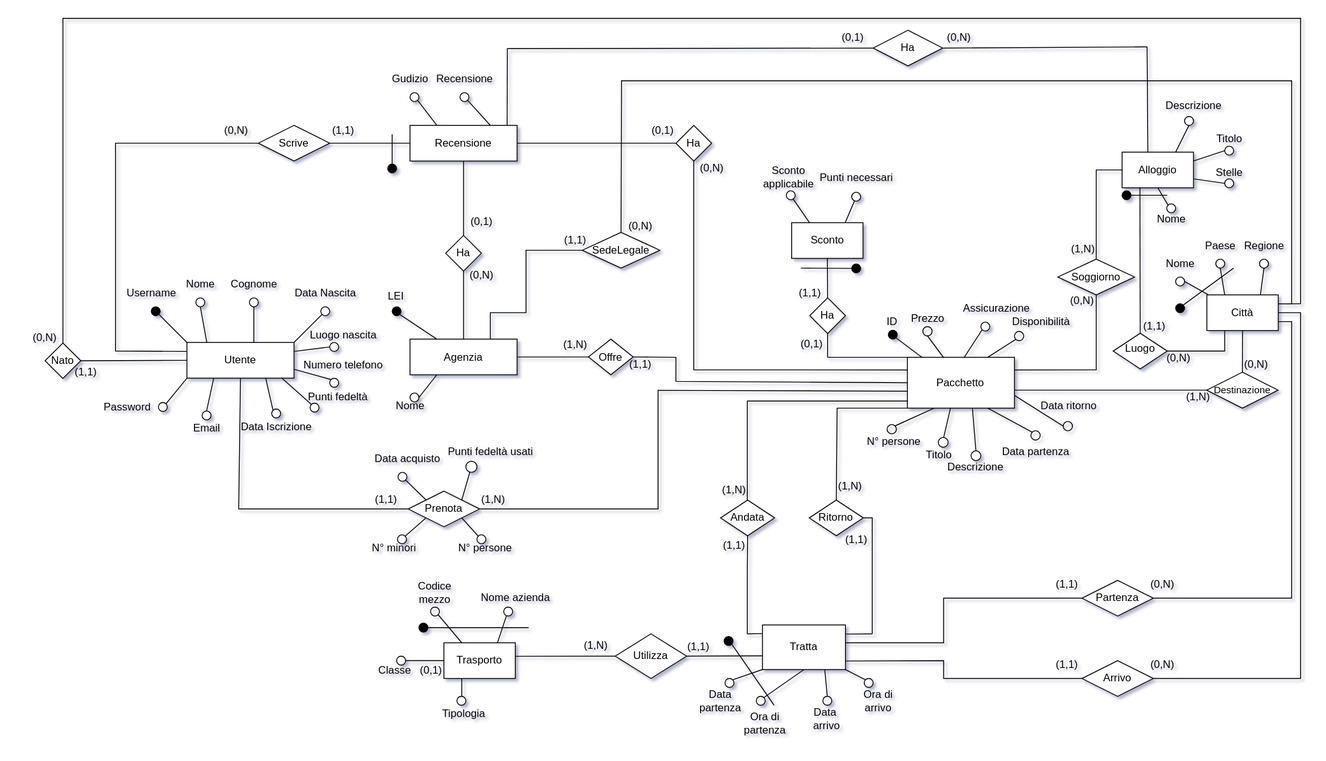
Earlier version of the draw.io export relazione/assets/ER_logico.svg (bustre/Easy-travel). Source tidied: cells renumbered, new cells last; positions are measured from the earlier drawing's top-left corner, leaving out a move shared by most shapes.
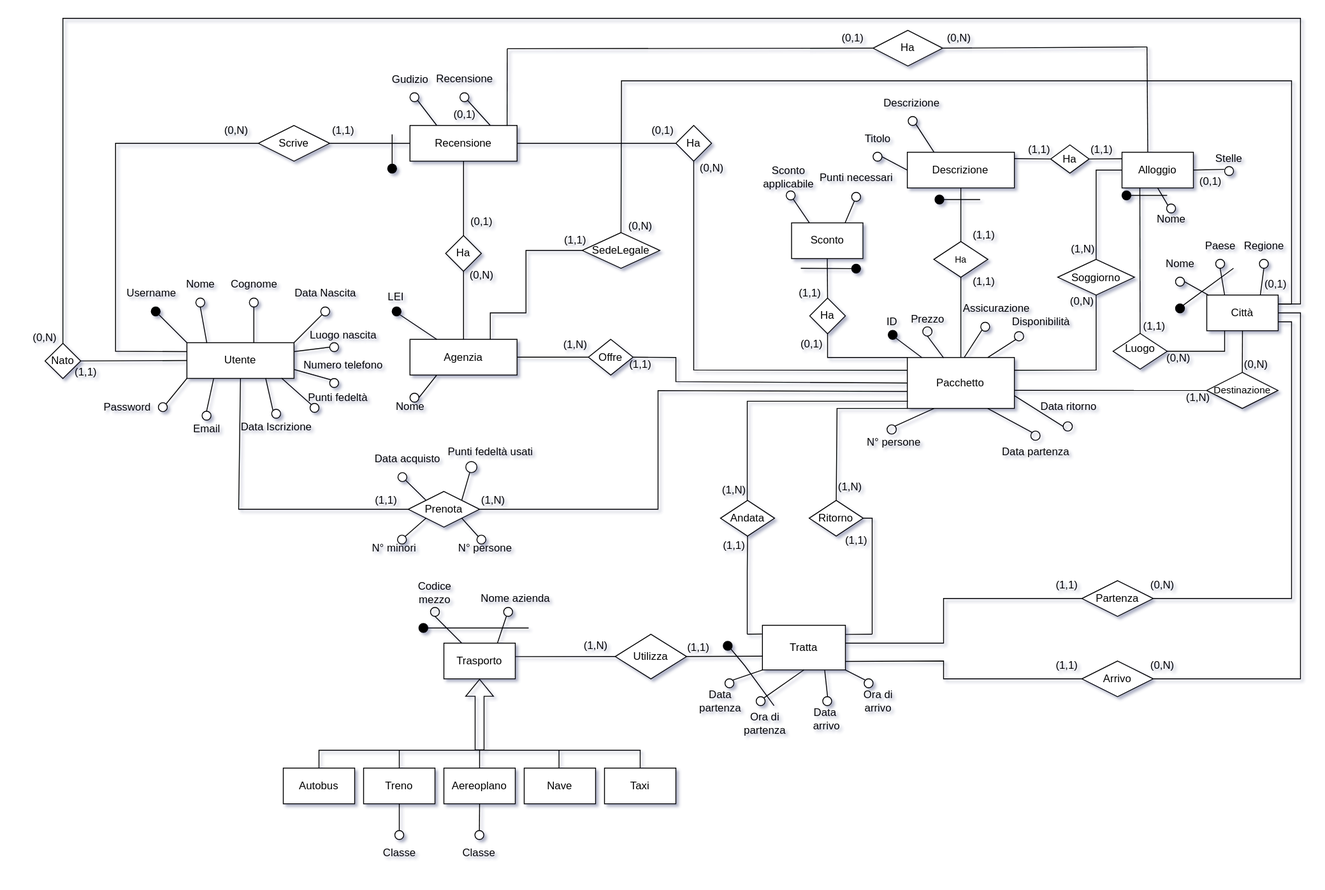
Later version of the same file.

Commit message:
Aggiornamento descrizione DB in conformità con ER

The edit, as a diff of the source:
```diff
@@ -870,5 +870,14 @@
     <mxCell id="245" value="Descrizione" style="text;html=1;align=center;verticalAlign=middle;strokeColor=none;fillColor=none;" parent="1" vertex="1">
       <mxGeometry x="1272" y="83.4" width="90" height="30" as="geometry" />
     </mxCell>
+    <mxCell id="246" value="(0,1)" style="text;html=1;align=center;verticalAlign=middle;strokeColor=none;fillColor=none;" parent="1" vertex="1">
+      <mxGeometry x="419" y="93.4" width="50" height="30" as="geometry" />
+    </mxCell>
+    <mxCell id="247" value="(0,1)" style="text;html=1;align=center;verticalAlign=middle;strokeColor=none;fillColor=none;" parent="1" vertex="1">
+      <mxGeometry x="1381.8" y="283.4" width="50" height="30" as="geometry" />
+    </mxCell>
+    <mxCell id="248" value="(0,1)" style="text;html=1;align=center;verticalAlign=middle;strokeColor=none;fillColor=none;" parent="1" vertex="1">
+      <mxGeometry x="1312" y="180" width="50" height="30" as="geometry" />
+    </mxCell>
   </root>
 </mxGraphModel>
```
